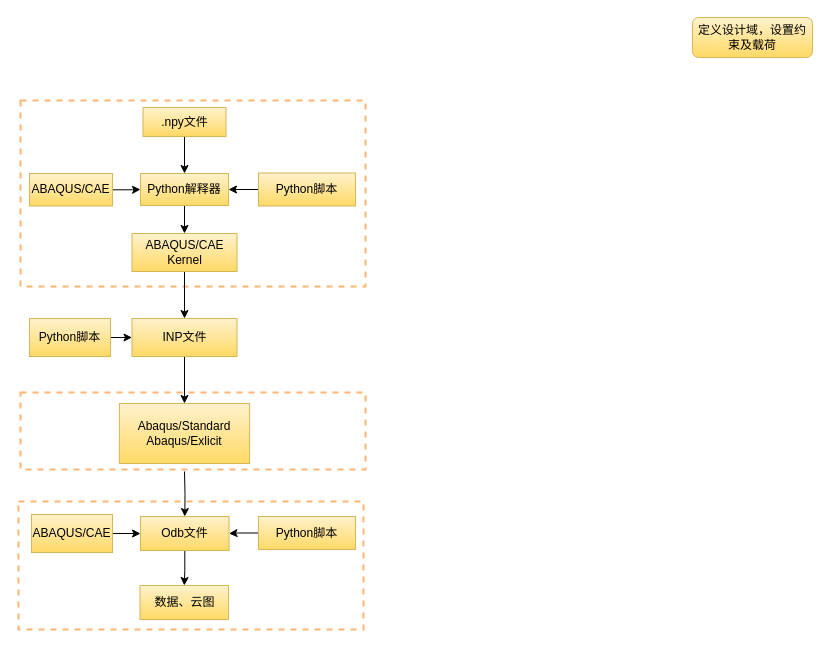
Before: page "第 1 页" (1 of 2) of 第五章.drawio in 1078089635/BESO, a draw.io diagram. Source tidied: cells renumbered, new cells numbered last; positions are measured from the earlier drawing's top-left corner, leaving out a move shared by most shapes. Both pictures are drawn from the tidied source at 100%, with x=0, y=0 at pixel (18, 17).
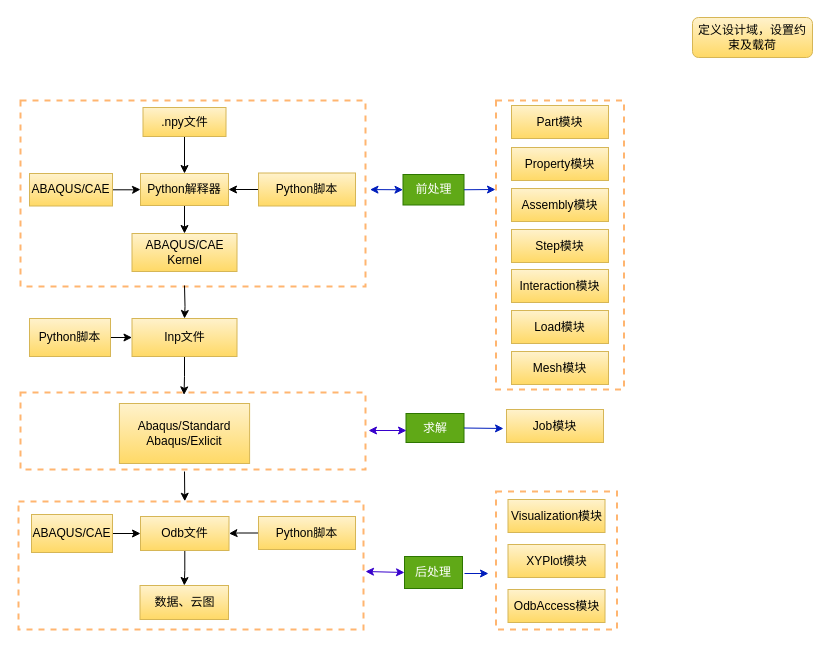
Above is the later version.

Commit message (it also covers changes not shown here):
更新第五章.drawio

Unchanged cells that the change refers to:
```xml
<mxCell id="2" style="verticalLabelPosition=bottom;verticalAlign=top;html=1;shape=mxgraph.basic.rect;fillColor2=none;strokeWidth=2;size=20;indent=5;fillStyle=auto;fillColor=none;strokeColor=#FFB570;dashed=1;" parent="1" vertex="1">
  <mxGeometry x="2" y="83" width="345" height="186" as="geometry" />
</mxCell>
<mxCell id="13" value="ABAQUS/CAE&lt;br&gt;Kernel" style="rounded=0;whiteSpace=wrap;html=1;gradientColor=#FFD966;fillColor=#FFF2CC;strokeColor=#D6B656;" parent="1" vertex="1">
  <mxGeometry x="113.5" y="216" width="105" height="38" as="geometry" />
</mxCell>
<mxCell id="18" value="Abaqus/Standard&lt;br&gt;Abaqus/Exlicit" style="rounded=0;whiteSpace=wrap;html=1;gradientColor=#FFD966;fillColor=#FFF2CC;strokeColor=#D6B656;" parent="1" vertex="1">
  <mxGeometry x="100.9" y="386" width="130.2" height="60" as="geometry" />
</mxCell>
<mxCell id="20" style="verticalLabelPosition=bottom;verticalAlign=top;html=1;shape=mxgraph.basic.rect;fillColor2=none;strokeWidth=2;size=20;indent=5;fillStyle=auto;fillColor=none;strokeColor=#FFB570;dashed=1;" parent="1" vertex="1">
  <mxGeometry x="2" y="375" width="345" height="77" as="geometry" />
</mxCell>
<mxCell id="22" value="Odb文件" style="rounded=0;whiteSpace=wrap;html=1;gradientColor=#FFD966;fillColor=#FFF2CC;strokeColor=#D6B656;" parent="1" vertex="1">
  <mxGeometry x="122" y="499" width="88.5" height="34" as="geometry" />
</mxCell>
<mxCell id="28" style="verticalLabelPosition=bottom;verticalAlign=top;html=1;shape=mxgraph.basic.rect;fillColor2=none;strokeWidth=2;size=20;indent=5;fillStyle=auto;fillColor=none;strokeColor=#FFB570;dashed=1;" parent="1" vertex="1">
  <mxGeometry y="484" width="345" height="128" as="geometry" />
</mxCell>
```

What changed in the source:
```diff
@@
-    <mxCell id="12" style="edgeStyle=orthogonalEdgeStyle;rounded=0;jettySize=auto;html=1;" parent="1" edge="1" source="13" target="15">
-      <mxGeometry relative="1" as="geometry" />
+    <mxCell id="12" style="edgeStyle=orthogonalEdgeStyle;rounded=0;jettySize=auto;html=1;" parent="1" edge="1" target="15">
+      <mxGeometry relative="1" as="geometry">
+        <mxPoint x="166" y="268" as="sourcePoint" />
+      </mxGeometry>
     </mxCell>
@@
-    <mxCell id="14" style="edgeStyle=orthogonalEdgeStyle;rounded=0;jettySize=auto;html=1;" parent="1" edge="1" source="15" target="18">
+    <mxCell id="14" style="edgeStyle=orthogonalEdgeStyle;rounded=0;jettySize=auto;html=1;entryX=0.474;entryY=0.031;entryDx=0;entryDy=0;entryPerimeter=0;" parent="1" edge="1" source="15" target="20">
       <mxGeometry relative="1" as="geometry" />
     </mxCell>
-    <mxCell id="15" value="INP文件" style="rounded=0;whiteSpace=wrap;html=1;gradientColor=#FFD966;fillColor=#FFF2CC;strokeColor=#D6B656;" parent="1" vertex="1">
+    <mxCell id="15" value="Inp文件" style="rounded=0;whiteSpace=wrap;html=1;gradientColor=#FFD966;fillColor=#FFF2CC;strokeColor=#D6B656;" parent="1" vertex="1">
       <mxGeometry x="113.5" y="301" width="105" height="38" as="geometry" />
     </mxCell>
@@
-    <mxCell id="19" style="edgeStyle=orthogonalEdgeStyle;rounded=0;jettySize=auto;html=1;" parent="1" edge="1" target="22">
+    <mxCell id="19" style="edgeStyle=orthogonalEdgeStyle;rounded=0;jettySize=auto;html=1;entryX=0.482;entryY=-0.002;entryDx=0;entryDy=0;entryPerimeter=0;" parent="1" edge="1" target="28">
       <mxGeometry relative="1" as="geometry">
         <mxPoint x="166" y="454" as="sourcePoint" />
       </mxGeometry>
     </mxCell>
@@
+    <mxCell id="29" value="前处理" style="rounded=0;whiteSpace=wrap;html=1;fillColor=#60a917;strokeColor=#2D7600;fontColor=#ffffff;" parent="1" vertex="1">
+      <mxGeometry x="384.5" y="157" width="61" height="30.5" as="geometry" />
+    </mxCell>
+    <mxCell id="30" value="求解" style="rounded=0;whiteSpace=wrap;html=1;fillColor=#60a917;strokeColor=#2D7600;fontColor=#ffffff;" parent="1" vertex="1">
+      <mxGeometry x="387.5" y="396" width="58" height="29" as="geometry" />
+    </mxCell>
+    <mxCell id="31" value="后处理" style="rounded=0;whiteSpace=wrap;html=1;fillColor=#60a917;strokeColor=#2D7600;fontColor=#ffffff;" parent="1" vertex="1">
+      <mxGeometry x="386" y="539" width="58" height="32" as="geometry" />
+    </mxCell>
+    <mxCell id="32" style="edgeStyle=orthogonalEdgeStyle;rounded=0;orthogonalLoop=1;jettySize=auto;html=1;exitX=0.5;exitY=1;exitDx=0;exitDy=0;" parent="1" edge="1" source="31" target="31">
+      <mxGeometry relative="1" as="geometry" />
+    </mxCell>
+    <mxCell id="33" style="verticalLabelPosition=bottom;verticalAlign=top;html=1;shape=mxgraph.basic.rect;fillColor2=none;strokeWidth=2;size=20;indent=5;fillStyle=auto;fillColor=none;strokeColor=#FFB570;dashed=1;" parent="1" vertex="1">
+      <mxGeometry x="477.5" y="83" width="128" height="289" as="geometry" />
+    </mxCell>
+    <mxCell id="34" value="Part模块" style="rounded=0;whiteSpace=wrap;html=1;gradientColor=#FFD966;fillColor=#FFF2CC;strokeColor=#D6B656;" parent="1" vertex="1">
+      <mxGeometry x="493" y="88" width="97" height="33" as="geometry" />
+    </mxCell>
+    <mxCell id="35" value="Property模块" style="rounded=0;whiteSpace=wrap;html=1;gradientColor=#FFD966;fillColor=#FFF2CC;strokeColor=#D6B656;" parent="1" vertex="1">
+      <mxGeometry x="493" y="130" width="97" height="33" as="geometry" />
+    </mxCell>
+    <mxCell id="36" value="Assembly模块" style="rounded=0;whiteSpace=wrap;html=1;gradientColor=#FFD966;fillColor=#FFF2CC;strokeColor=#D6B656;" parent="1" vertex="1">
+      <mxGeometry x="493" y="171" width="97" height="33" as="geometry" />
+    </mxCell>
+    <mxCell id="37" value="Step模块" style="rounded=0;whiteSpace=wrap;html=1;gradientColor=#FFD966;fillColor=#FFF2CC;strokeColor=#D6B656;" parent="1" vertex="1">
+      <mxGeometry x="493" y="212" width="97" height="33" as="geometry" />
+    </mxCell>
+    <mxCell id="38" value="Interaction模块" style="rounded=0;whiteSpace=wrap;html=1;gradientColor=#FFD966;fillColor=#FFF2CC;strokeColor=#D6B656;" parent="1" vertex="1">
+      <mxGeometry x="493" y="252" width="97" height="33" as="geometry" />
+    </mxCell>
+    <mxCell id="39" value="Load模块" style="rounded=0;whiteSpace=wrap;html=1;gradientColor=#FFD966;fillColor=#FFF2CC;strokeColor=#D6B656;" parent="1" vertex="1">
+      <mxGeometry x="493" y="293" width="97" height="33" as="geometry" />
+    </mxCell>
+    <mxCell id="40" value="Mesh模块" style="rounded=0;whiteSpace=wrap;html=1;gradientColor=#FFD966;fillColor=#FFF2CC;strokeColor=#D6B656;" parent="1" vertex="1">
+      <mxGeometry x="493" y="334" width="97" height="33" as="geometry" />
+    </mxCell>
+    <mxCell id="41" style="endArrow=classic;startArrow=classic;html=1;rounded=0;fillColor=#6a00ff;strokeColor=#3700CC;" parent="1" edge="1">
+      <mxGeometry relative="1" as="geometry">
+        <mxPoint x="350" y="413" as="sourcePoint" />
+        <mxPoint x="388" y="413" as="targetPoint" />
+      </mxGeometry>
+    </mxCell>
+    <mxCell id="42" style="endArrow=classic;startArrow=classic;html=1;rounded=0;entryX=0;entryY=0.5;entryDx=0;entryDy=0;exitX=1.013;exitY=0.479;exitDx=0;exitDy=0;exitPerimeter=0;fillColor=#0050ef;strokeColor=#001DBC;" parent="1" edge="1" source="2" target="29">
+      <mxGeometry relative="1" as="geometry" />
+    </mxCell>
+    <mxCell id="43" style="endArrow=classic;startArrow=classic;html=1;rounded=0;fillColor=#6a00ff;strokeColor=#3700CC;entryX=0;entryY=0.5;entryDx=0;entryDy=0;" parent="1" edge="1" target="31">
+      <mxGeometry relative="1" as="geometry">
+        <mxPoint x="347" y="554" as="sourcePoint" />
+      </mxGeometry>
+    </mxCell>
+    <mxCell id="44" style="endArrow=classic;html=1;rounded=0;exitX=1;exitY=0.5;exitDx=0;exitDy=0;fillColor=#0050ef;strokeColor=#001DBC;" parent="1" edge="1" source="29">
+      <mxGeometry relative="1" as="geometry">
+        <mxPoint x="477" y="172" as="targetPoint" />
+      </mxGeometry>
+    </mxCell>
+    <mxCell id="45" style="endArrow=classic;html=1;rounded=0;exitX=1;exitY=0.5;exitDx=0;exitDy=0;fillColor=#0050ef;strokeColor=#001DBC;" parent="1" edge="1" source="30">
+      <mxGeometry relative="1" as="geometry">
+        <mxPoint x="485" y="411" as="targetPoint" />
+      </mxGeometry>
+    </mxCell>
+    <mxCell id="46" value="Job模块" style="rounded=0;whiteSpace=wrap;html=1;gradientColor=#FFD966;fillColor=#FFF2CC;strokeColor=#D6B656;" parent="1" vertex="1">
+      <mxGeometry x="488" y="392" width="97" height="33" as="geometry" />
+    </mxCell>
+    <mxCell id="47" style="endArrow=classic;html=1;rounded=0;fillColor=#0050ef;strokeColor=#001DBC;" parent="1" edge="1">
+      <mxGeometry relative="1" as="geometry">
+        <mxPoint x="446" y="556" as="sourcePoint" />
+        <mxPoint x="470" y="556" as="targetPoint" />
+      </mxGeometry>
+    </mxCell>
+    <mxCell id="48" value="Visualization模块" style="rounded=0;whiteSpace=wrap;html=1;gradientColor=#FFD966;fillColor=#FFF2CC;strokeColor=#D6B656;" parent="1" vertex="1">
+      <mxGeometry x="489.5" y="482" width="97" height="33" as="geometry" />
+    </mxCell>
+    <mxCell id="49" value="XYPlot模块" style="rounded=0;whiteSpace=wrap;html=1;gradientColor=#FFD966;fillColor=#FFF2CC;strokeColor=#D6B656;" parent="1" vertex="1">
+      <mxGeometry x="489.5" y="527" width="97" height="33" as="geometry" />
+    </mxCell>
+    <mxCell id="50" value="OdbAccess模块" style="rounded=0;whiteSpace=wrap;html=1;gradientColor=#FFD966;fillColor=#FFF2CC;strokeColor=#D6B656;" parent="1" vertex="1">
+      <mxGeometry x="489.5" y="572" width="97" height="33" as="geometry" />
+    </mxCell>
+    <mxCell id="51" style="verticalLabelPosition=bottom;verticalAlign=top;html=1;shape=mxgraph.basic.rect;fillColor2=none;strokeWidth=2;size=20;indent=5;fillStyle=auto;fillColor=none;strokeColor=#FFB570;dashed=1;" parent="1" vertex="1">
+      <mxGeometry x="477.5" y="474" width="121" height="138" as="geometry" />
+    </mxCell>
```
